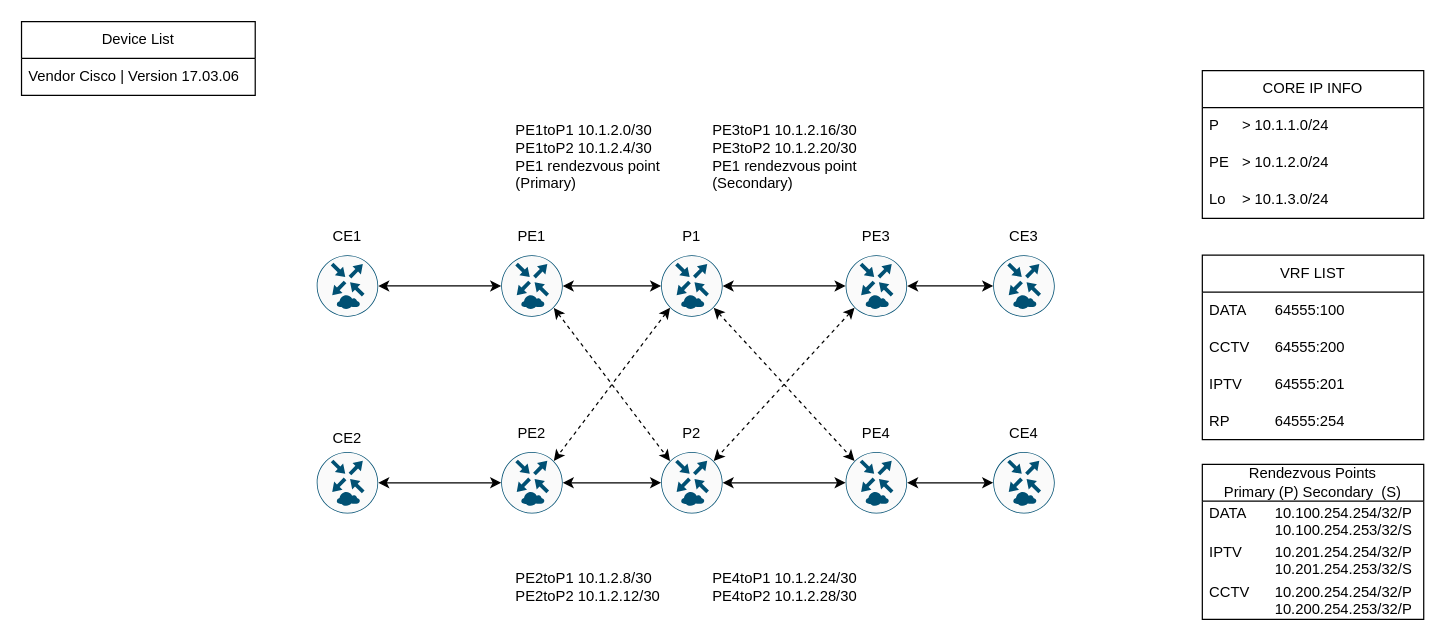
vxmaster/CML keeps this draw.io diagram as page "MPLS CORE P Configuration" (3 of 3) of MPLS.drawio. Above is the earlier version. Source tidied: cells renumbered, new cells numbered last; positions are measured from the earlier drawing's top-left corner, leaving out a move shared by most shapes. Both pictures are drawn from the tidied source at 123%, with x=0, y=0 at pixel (21, 21).
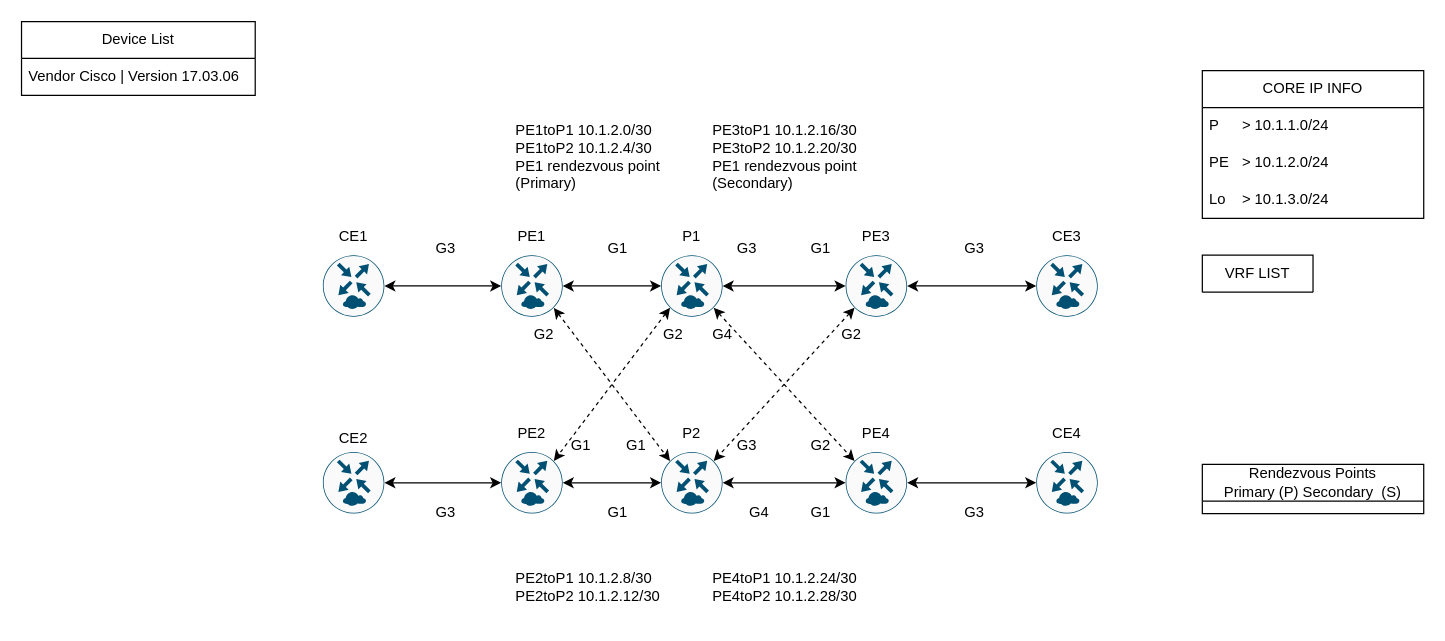
Above is the later version.

What changed in the source:
```diff
@@
     <mxCell id="4" style="group;" parent="1" vertex="1">
-      <mxGeometry x="235" y="160" width="60" height="80" as="geometry" />
+      <mxGeometry x="240" y="160" width="60" height="80" as="geometry" />
     </mxCell>
@@
     <mxCell id="10" style="group;" parent="1" vertex="1">
-      <mxGeometry x="235" y="324" width="60" height="76" as="geometry" />
+      <mxGeometry x="240" y="324" width="60" height="76" as="geometry" />
     </mxCell>
@@
     <mxCell id="13" style="group;" parent="1" vertex="1">
-      <mxGeometry x="385" y="320" width="60" height="80" as="geometry" />
+      <mxGeometry x="385" y="320" width="85" height="80" as="geometry" />
     </mxCell>
@@
+    <mxCell id="63" value="G1" style="text;html=1;align=center;verticalAlign=middle;whiteSpace=wrap;rounded=0;" parent="13" vertex="1">
+      <mxGeometry x="55" y="10" width="30" height="30" as="geometry" />
+    </mxCell>
@@
     <mxCell id="22" style="group;" parent="1" vertex="1">
-      <mxGeometry x="785" y="320" width="60" height="80" as="geometry" />
+      <mxGeometry x="820" y="320" width="60" height="80" as="geometry" />
     </mxCell>
@@
     <mxCell id="25" style="group;" parent="1" vertex="1">
-      <mxGeometry x="785" y="160" width="60" height="80" as="geometry" />
+      <mxGeometry x="820" y="160" width="60" height="80" as="geometry" />
     </mxCell>
@@
-    <mxCell id="52" value="VRF LIST" style="swimlane;fontStyle=0;horizontal=1;startSize=30;whiteSpace=wrap;html=1;" parent="1" vertex="1">
-      <mxGeometry x="960" y="190" width="180" height="150" as="geometry" />
+    <mxCell id="52" value="VRF LIST" style="swimlane;fontStyle=0;horizontal=1;startSize=30;whiteSpace=wrap;html=1;" parent="1" vertex="1" collapsed="1">
+      <mxGeometry x="960" y="190" width="90" height="30" as="geometry" />
     </mxCell>
-    <mxCell id="53" value="DATA&lt;span style=&quot;white-space: pre;&quot;&gt;&#9;&lt;/span&gt;64555:100" style="text;strokeColor=none;fillColor=none;align=left;verticalAlign=middle;spacingLeft=4;spacingRight=4;overflow=hidden;whiteSpace=wrap;html=1;" parent="52" vertex="1">
-      <mxGeometry y="30" width="180" height="30" as="geometry" />
-    </mxCell>
-    <mxCell id="54" value="CCTV&lt;span style=&quot;white-space: pre;&quot;&gt;&#9;&lt;/span&gt;64555:200" style="text;strokeColor=none;fillColor=none;align=left;verticalAlign=middle;spacingLeft=4;spacingRight=4;overflow=hidden;whiteSpace=wrap;html=1;" parent="52" vertex="1">
-      <mxGeometry y="60" width="180" height="30" as="geometry" />
-    </mxCell>
-    <mxCell id="55" value="IPTV&lt;span style=&quot;white-space: pre;&quot;&gt;&#9;&lt;/span&gt;64555:201" style="text;strokeColor=none;fillColor=none;align=left;verticalAlign=middle;spacingLeft=4;spacingRight=4;overflow=hidden;whiteSpace=wrap;html=1;" parent="52" vertex="1">
-      <mxGeometry y="90" width="180" height="30" as="geometry" />
-    </mxCell>
-    <mxCell id="56" value="RP&lt;span style=&quot;white-space: pre;&quot;&gt;&#9;&lt;/span&gt;&lt;span style=&quot;white-space: pre;&quot;&gt;&#9;&lt;/span&gt;64555:254" style="text;strokeColor=none;fillColor=none;align=left;verticalAlign=middle;spacingLeft=4;spacingRight=4;overflow=hidden;whiteSpace=wrap;html=1;" parent="52" vertex="1">
-      <mxGeometry y="120" width="180" height="30" as="geometry" />
-    </mxCell>
-    <mxCell id="57" value="Rendezvous Points&lt;br&gt;Primary (P) Secondary&amp;nbsp; (S)" style="swimlane;fontStyle=0;horizontal=1;startSize=30;whiteSpace=wrap;html=1;" parent="1" vertex="1">
-      <mxGeometry x="960" y="360" width="180" height="126" as="geometry" />
+    <mxCell id="57" value="Rendezvous Points&lt;br&gt;Primary (P) Secondary&amp;nbsp; (S)" style="swimlane;fontStyle=0;horizontal=1;startSize=30;whiteSpace=wrap;html=1;" parent="1" vertex="1" collapsed="1">
+      <mxGeometry x="960" y="360" width="180" height="40" as="geometry" />
     </mxCell>
-    <mxCell id="58" value="DATA&lt;span style=&quot;white-space: pre;&quot;&gt;&#9;&lt;/span&gt;10.100.254.254/32/P&lt;br&gt;&lt;span style=&quot;white-space: pre;&quot;&gt;&#9;&lt;/span&gt;&lt;span style=&quot;white-space: pre;&quot;&gt;&#9;&lt;/span&gt;10.100.254.253/32/S&lt;div&gt;&lt;br&gt;&lt;/div&gt;" style="text;strokeColor=none;fillColor=none;align=left;verticalAlign=middle;spacingLeft=4;spacingRight=4;overflow=hidden;whiteSpace=wrap;html=1;" parent="57" vertex="1">
-      <mxGeometry y="30" width="180" height="32" as="geometry" />
-    </mxCell>
-    <mxCell id="59" value="IPTV&lt;span style=&quot;white-space: pre;&quot;&gt;&#9;&lt;/span&gt;10.201.254.254/32/P&lt;br&gt;&lt;span style=&quot;white-space: pre;&quot;&gt;&#9;&lt;/span&gt;&lt;span style=&quot;white-space: pre;&quot;&gt;&#9;&lt;/span&gt;10.201.254.253/32/S&lt;div&gt;&lt;br/&gt;&lt;/div&gt;" style="text;strokeColor=none;fillColor=none;align=left;verticalAlign=middle;spacingLeft=4;spacingRight=4;overflow=hidden;whiteSpace=wrap;html=1;" parent="57" vertex="1">
-      <mxGeometry y="62" width="180" height="32" as="geometry" />
-    </mxCell>
-    <mxCell id="60" value="CCTV&lt;span style=&quot;white-space: pre;&quot;&gt;&#9;&lt;/span&gt;10.200.254.254/32/P&lt;br&gt;&lt;span style=&quot;white-space: pre;&quot;&gt;&#9;&lt;/span&gt;&lt;span style=&quot;white-space: pre;&quot;&gt;&#9;&lt;/span&gt;10.200.254.253/32/P&lt;div&gt;&lt;br/&gt;&lt;/div&gt;" style="text;strokeColor=none;fillColor=none;align=left;verticalAlign=middle;spacingLeft=4;spacingRight=4;overflow=hidden;whiteSpace=wrap;html=1;" parent="57" vertex="1">
-      <mxGeometry y="94" width="180" height="32" as="geometry" />
-    </mxCell>
@@
+    <mxCell id="64" value="G3" style="text;html=1;align=center;verticalAlign=middle;whiteSpace=wrap;rounded=0;" parent="1" vertex="1">
+      <mxGeometry x="330" y="170" width="30" height="30" as="geometry" />
+    </mxCell>
+    <mxCell id="65" value="G3" style="text;html=1;align=center;verticalAlign=middle;whiteSpace=wrap;rounded=0;rotation=0;" parent="1" vertex="1">
+      <mxGeometry x="330" y="384" width="30" height="30" as="geometry" />
+    </mxCell>
+    <mxCell id="66" value="G3" style="text;html=1;align=center;verticalAlign=middle;whiteSpace=wrap;rounded=0;" parent="1" vertex="1">
+      <mxGeometry x="760" y="384" width="30" height="30" as="geometry" />
+    </mxCell>
+    <mxCell id="67" value="G3" style="text;html=1;align=center;verticalAlign=middle;whiteSpace=wrap;rounded=0;" parent="1" vertex="1">
+      <mxGeometry x="760" y="170" width="30" height="30" as="geometry" />
+    </mxCell>
+    <mxCell id="68" value="G1" style="text;html=1;align=center;verticalAlign=middle;whiteSpace=wrap;rounded=0;" parent="1" vertex="1">
+      <mxGeometry x="470" y="170" width="30" height="30" as="geometry" />
+    </mxCell>
+    <mxCell id="69" value="G1" style="text;html=1;align=center;verticalAlign=middle;whiteSpace=wrap;rounded=0;" parent="1" vertex="1">
+      <mxGeometry x="470" y="384" width="30" height="30" as="geometry" />
+    </mxCell>
+    <mxCell id="70" value="G3" style="text;html=1;align=center;verticalAlign=middle;whiteSpace=wrap;rounded=0;" parent="1" vertex="1">
+      <mxGeometry x="575" y="170" width="30" height="30" as="geometry" />
+    </mxCell>
+    <mxCell id="71" value="G1" style="text;html=1;align=center;verticalAlign=middle;whiteSpace=wrap;rounded=0;" parent="1" vertex="1">
+      <mxGeometry x="635" y="170" width="30" height="30" as="geometry" />
+    </mxCell>
+    <mxCell id="72" value="G4" style="text;html=1;align=center;verticalAlign=middle;whiteSpace=wrap;rounded=0;" parent="1" vertex="1">
+      <mxGeometry x="585" y="384" width="30" height="30" as="geometry" />
+    </mxCell>
+    <mxCell id="73" value="G1" style="text;html=1;align=center;verticalAlign=middle;whiteSpace=wrap;rounded=0;" parent="1" vertex="1">
+      <mxGeometry x="635" y="384" width="30" height="30" as="geometry" />
+    </mxCell>
+    <mxCell id="74" value="G2" style="text;html=1;align=center;verticalAlign=middle;whiteSpace=wrap;rounded=0;" parent="1" vertex="1">
+      <mxGeometry x="410" y="240" width="30" height="30" as="geometry" />
+    </mxCell>
+    <mxCell id="75" value="G1" style="text;html=1;align=center;verticalAlign=middle;whiteSpace=wrap;rounded=0;" parent="1" vertex="1">
+      <mxGeometry x="485" y="330" width="30" height="30" as="geometry" />
+    </mxCell>
+    <mxCell id="76" value="G2" style="text;html=1;align=center;verticalAlign=middle;whiteSpace=wrap;rounded=0;" parent="1" vertex="1">
+      <mxGeometry x="515" y="240" width="30" height="30" as="geometry" />
+    </mxCell>
+    <mxCell id="77" value="G4" style="text;html=1;align=center;verticalAlign=middle;whiteSpace=wrap;rounded=0;" parent="1" vertex="1">
+      <mxGeometry x="555" y="240" width="30" height="30" as="geometry" />
+    </mxCell>
+    <mxCell id="78" value="G3" style="text;html=1;align=center;verticalAlign=middle;whiteSpace=wrap;rounded=0;" parent="1" vertex="1">
+      <mxGeometry x="575" y="330" width="30" height="30" as="geometry" />
+    </mxCell>
+    <mxCell id="79" value="G2" style="text;html=1;align=center;verticalAlign=middle;whiteSpace=wrap;rounded=0;" parent="1" vertex="1">
+      <mxGeometry x="635" y="330" width="30" height="30" as="geometry" />
+    </mxCell>
+    <mxCell id="80" value="G2" style="text;html=1;align=center;verticalAlign=middle;whiteSpace=wrap;rounded=0;" parent="1" vertex="1">
+      <mxGeometry x="660" y="240" width="30" height="30" as="geometry" />
+    </mxCell>
```
